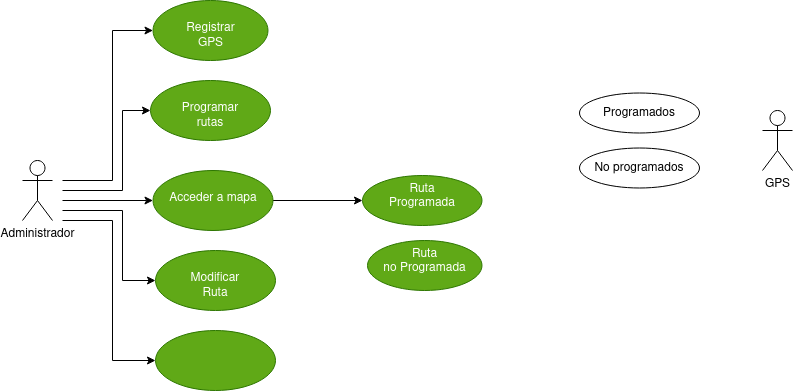
Before: Tareas/Tarea3/img/GpsPuerto.drawio.png, a diagram exported from draw.io (colidom/ets). Source tidied: cells renumbered, new cells last; positions are measured from the earlier drawing's top-left corner, leaving out a move shared by most shapes.
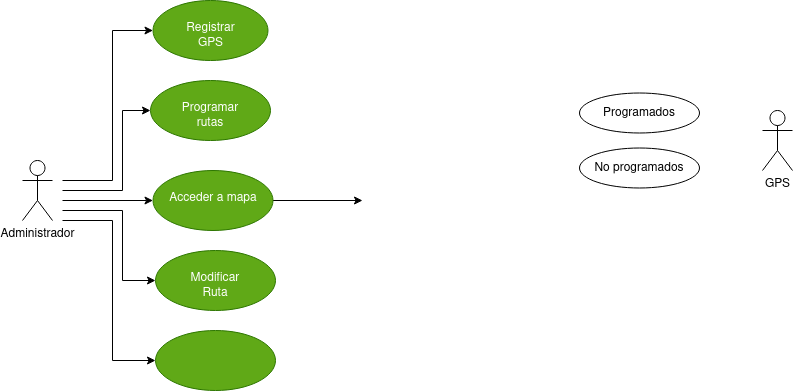
After the commit.

Diff of the diagram source:
```diff
@@ -20,8 +20,10 @@
     <mxCell id="5" value="&lt;div&gt;&lt;br&gt;&lt;/div&gt;&lt;div&gt;Registrar&lt;/div&gt;&lt;div&gt;GPS&lt;br&gt;&lt;/div&gt;" style="ellipse;whiteSpace=wrap;html=1;verticalAlign=top;fillColor=#60a917;fontColor=#ffffff;strokeColor=#2D7600;" parent="1" vertex="1">
       <mxGeometry x="130.5" width="115" height="60" as="geometry" />
     </mxCell>
-    <mxCell id="6" style="edgeStyle=orthogonalEdgeStyle;rounded=0;jettySize=auto;html=1;" parent="1" edge="1" source="7" target="15">
-      <mxGeometry relative="1" as="geometry" />
+    <mxCell id="6" style="edgeStyle=orthogonalEdgeStyle;rounded=0;jettySize=auto;html=1;" parent="1" edge="1" source="7">
+      <mxGeometry relative="1" as="geometry">
+        <mxPoint x="340" y="200" as="targetPoint" />
+      </mxGeometry>
     </mxCell>
     <mxCell id="7" value="&lt;div&gt;&lt;br&gt;&lt;/div&gt;&lt;div&gt;Acceder a mapa&lt;/div&gt;&lt;div&gt;&lt;br&gt;&lt;/div&gt;" style="ellipse;whiteSpace=wrap;html=1;verticalAlign=top;fillColor=#60a917;fontColor=#ffffff;strokeColor=#2D7600;" parent="1" vertex="1">
       <mxGeometry x="130.5" y="170" width="120" height="60" as="geometry" />
@@ -68,12 +70,6 @@
         </Array>
       </mxGeometry>
     </mxCell>
-    <mxCell id="15" value="&lt;div&gt;Ruta&lt;/div&gt;&lt;div&gt;Programada&lt;br&gt;&lt;/div&gt;" style="ellipse;whiteSpace=wrap;html=1;verticalAlign=top;fillColor=#60a917;strokeColor=#2D7600;fontColor=#ffffff;" parent="1" vertex="1">
-      <mxGeometry x="340" y="175" width="119.5" height="50" as="geometry" />
-    </mxCell>
-    <mxCell id="16" value="&lt;div&gt;Ruta &lt;br&gt;&lt;/div&gt;&lt;div&gt;no Programada&lt;/div&gt;" style="ellipse;whiteSpace=wrap;html=1;verticalAlign=top;fillColor=#60a917;strokeColor=#2D7600;fontColor=#ffffff;" parent="1" vertex="1">
-      <mxGeometry x="345" y="240" width="114.5" height="50" as="geometry" />
-    </mxCell>
     <mxCell id="17" value="Programados" style="ellipse;whiteSpace=wrap;html=1;" parent="1" vertex="1">
       <mxGeometry x="557" y="92.5" width="120" height="40" as="geometry" />
     </mxCell>
```
